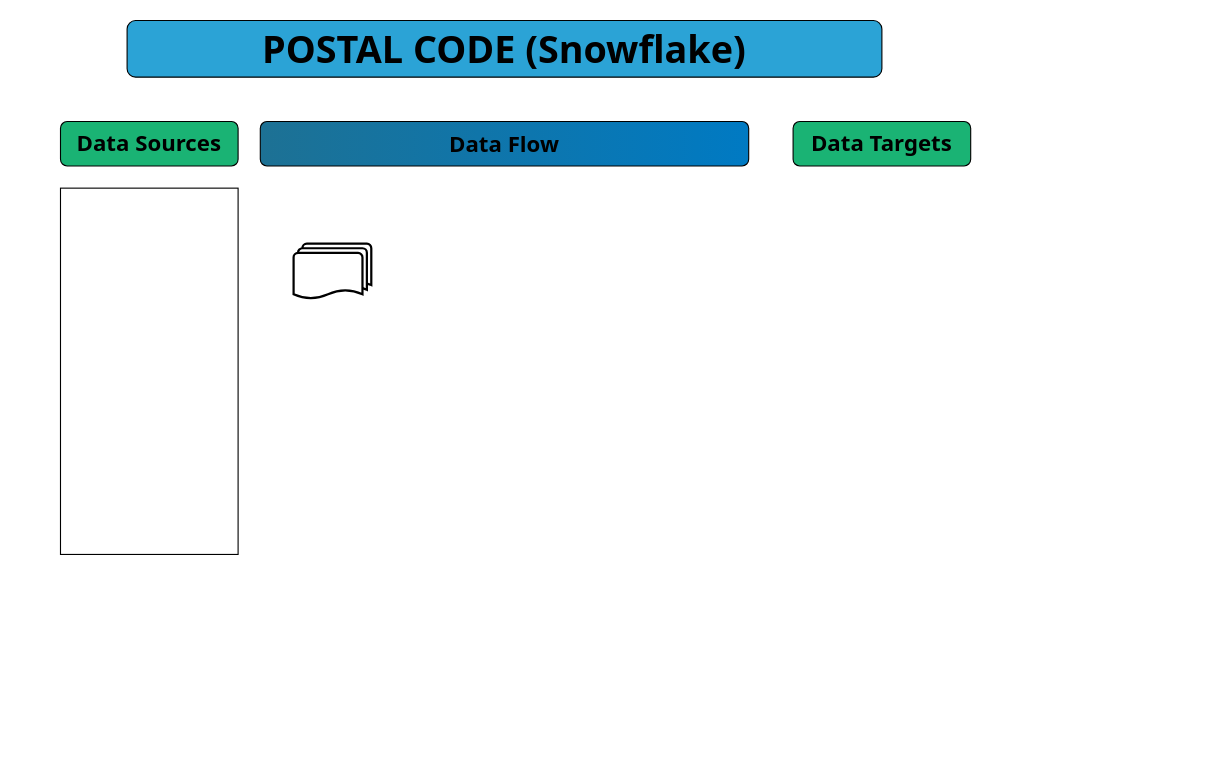
Before: POSTAL_CODE.drawio in artiewangGH/POSTAL_CODE, a draw.io diagram. Source tidied: cells renumbered, new cells numbered last; positions are measured from the earlier drawing's top-left corner, leaving out a move shared by most shapes. Both pictures are drawn from the tidied source at 111%, with x=0, y=0 at pixel (60, 20). Pictures stored in the file or linked from it are replaced by grey dashed boxes.
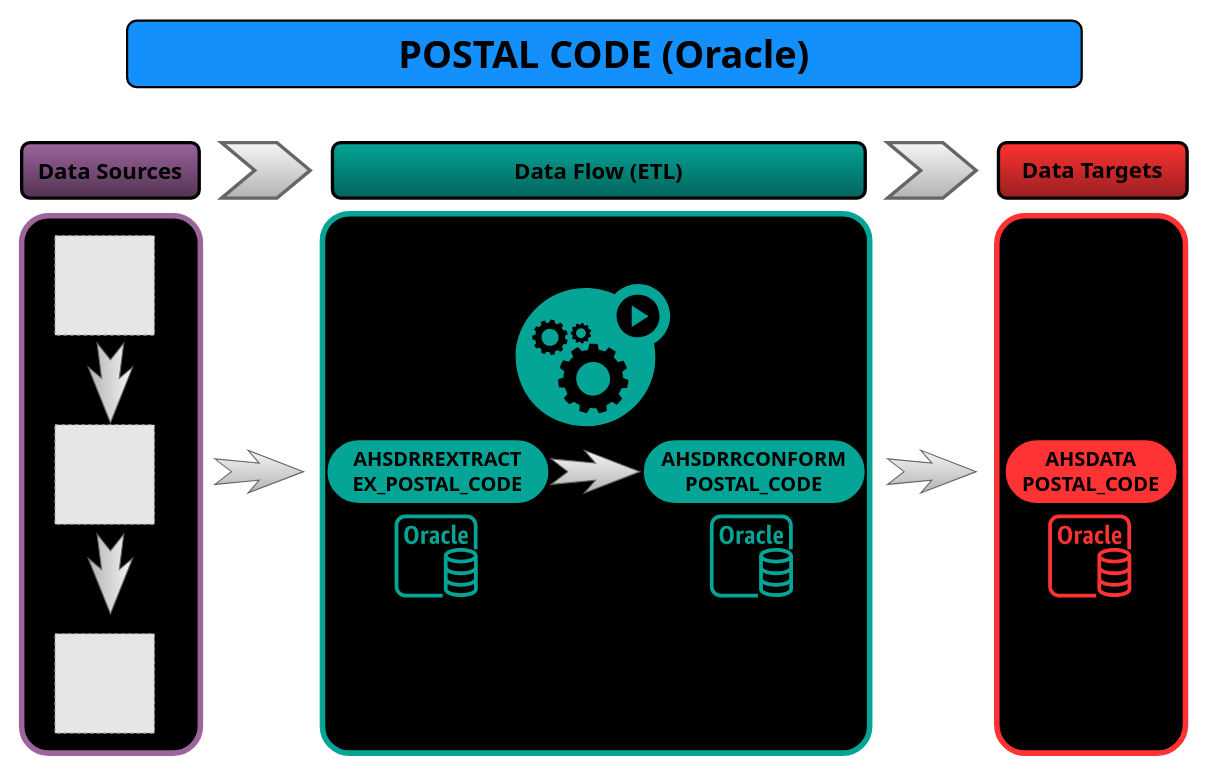
After the change.

Change to the diagram source:
```diff
@@
-<mxGraphModel>
+<mxGraphModel background="#FFFFFF">
@@
+    <mxCell id="5" value="&lt;font face=&quot;Tahoma&quot; size=&quot;1&quot; style=&quot;&quot;&gt;&lt;b style=&quot;font-size: 34px;&quot;&gt;POSTAL CODE (Oracle)&lt;/b&gt;&lt;/font&gt;" style="rounded=1;whiteSpace=wrap;html=1;fillColor=#1490FC;strokeColor=#000000;strokeWidth=2;flipH=1;flipV=1;" parent="1" vertex="1">
+      <mxGeometry x="60" width="860" height="60" as="geometry" />
+    </mxCell>
+    <mxCell id="8" style="group;" parent="1" vertex="1">
+      <mxGeometry x="-35" y="110" width="1050" height="50" as="geometry" />
+    </mxCell>
-    <mxCell id="2" value="&lt;font face=&quot;Tahoma&quot; style=&quot;font-size: 20px;&quot;&gt;Data Sources&lt;/font&gt;" style="rounded=1;whiteSpace=wrap;html=1;fontSize=17;fontStyle=1;fillColor=#1AB374;" parent="1" vertex="1">
-      <mxGeometry y="91" width="160" height="40" as="geometry" />
+    <mxCell id="2" value="&lt;font style=&quot;font-size: 20px;&quot;&gt;Data Sources&lt;/font&gt;" style="rounded=1;whiteSpace=wrap;html=1;fontSize=17;fontStyle=1;fillColor=#9D649E;strokeColor=#000000;strokeWidth=3;fontFamily=Tahoma;gradientColor=#513352;" parent="8" vertex="1">
+      <mxGeometry width="160" height="50" as="geometry" />
     </mxCell>
-    <mxCell id="3" style="rounded=0;whiteSpace=wrap;html=1;" parent="1" vertex="1">
-      <mxGeometry y="151" width="160" height="330" as="geometry" />
-    </mxCell>
-    <mxCell id="4" value="&lt;font face=&quot;Tahoma&quot; style=&quot;font-size: 20px;&quot;&gt;Data Targets&lt;/font&gt;" style="rounded=1;whiteSpace=wrap;html=1;fontSize=17;fontStyle=1;fillColor=#1AB374;" parent="1" vertex="1">
-      <mxGeometry x="660" y="91" width="160" height="40" as="geometry" />
+    <mxCell id="4" value="&lt;font face=&quot;Tahoma&quot; style=&quot;font-size: 20px;&quot;&gt;Data Targets&lt;/font&gt;" style="rounded=1;whiteSpace=wrap;html=1;fontSize=17;fontStyle=1;strokeWidth=3;fillColor=#FF3333;strokeColor=#000000;gradientColor=#991F1F;" parent="8" vertex="1">
+      <mxGeometry x="880" width="170" height="50" as="geometry" />
     </mxCell>
-    <mxCell id="5" value="&lt;font face=&quot;Tahoma&quot; size=&quot;1&quot; style=&quot;&quot;&gt;&lt;b style=&quot;font-size: 34px;&quot;&gt;POSTAL CODE (Snowflake)&lt;/b&gt;&lt;/font&gt;" style="rounded=1;whiteSpace=wrap;html=1;fillColor=#2BA3D6;" parent="1" vertex="1">
-      <mxGeometry x="60" width="680" height="51" as="geometry" />
-    </mxCell>
-    <mxCell id="6" value="&lt;font style=&quot;font-size: 20px;&quot; face=&quot;Tahoma&quot;&gt;&lt;b&gt;Data Flow&lt;/b&gt;&lt;/font&gt;" style="rounded=1;whiteSpace=wrap;html=1;fillColor=#007AC3;gradientColor=#1D7194;gradientDirection=west;" parent="1" vertex="1">
-      <mxGeometry x="180" y="91" width="440" height="40" as="geometry" />
-    </mxCell>
-    <mxCell id="7" style="strokeWidth=2;html=1;shape=mxgraph.flowchart.multi-document;whiteSpace=wrap;" parent="1" vertex="1">
-      <mxGeometry x="210" y="201" width="70" height="50" as="geometry" />
-    </mxCell>
+    <mxCell id="9" style="html=1;shadow=0;dashed=0;align=center;verticalAlign=middle;shape=mxgraph.arrows2.arrow;dy=0;dx=30;notch=30;fillColor=#f5f5f5;gradientColor=#b3b3b3;strokeColor=#666666;strokeWidth=3;" parent="8" vertex="1">
+      <mxGeometry x="180" width="80" height="50" as="geometry" />
+    </mxCell>
+    <mxCell id="10" style="html=1;shadow=0;dashed=0;align=center;verticalAlign=middle;shape=mxgraph.arrows2.arrow;dy=0;dx=30;notch=30;fillColor=#f5f5f5;gradientColor=#b3b3b3;strokeColor=#666666;strokeWidth=3;" parent="8" vertex="1">
+      <mxGeometry x="780" width="80" height="50" as="geometry" />
+    </mxCell>
+    <mxCell id="11" value="&lt;font style=&quot;font-size: 20px;&quot;&gt;Data Flow (ETL)&lt;/font&gt;" style="rounded=1;whiteSpace=wrap;html=1;fontSize=17;fontStyle=1;strokeWidth=3;fontFamily=Tahoma;fillColor=#04A597;strokeColor=#000000;fontColor=#000000;gradientColor=#02635B;" parent="8" vertex="1">
+      <mxGeometry x="280" width="480" height="50" as="geometry" />
+    </mxCell>
+    <mxCell id="12" style="group;" parent="1" vertex="1">
+      <mxGeometry x="-35" y="174" width="1048.5" height="486" as="geometry" />
+    </mxCell>
+    <mxCell id="13" style="html=1;shadow=0;dashed=0;align=center;verticalAlign=middle;shape=mxgraph.arrows2.stylisedArrow;dy=0.6;dx=40;notch=15;feather=0.4;direction=east;fillColor=#f5f5f5;gradientColor=#b3b3b3;strokeColor=#666666;" parent="12" vertex="1">
+      <mxGeometry x="174" y="213.2" width="80" height="38.4" as="geometry" />
+    </mxCell>
+    <mxCell id="14" style="html=1;shadow=0;dashed=0;align=center;verticalAlign=middle;shape=mxgraph.arrows2.stylisedArrow;dy=0.6;dx=40;notch=15;feather=0.4;direction=east;fillColor=#f5f5f5;gradientColor=#b3b3b3;strokeColor=#666666;" parent="12" vertex="1">
+      <mxGeometry x="780" y="213.2" width="80" height="38.4" as="geometry" />
+    </mxCell>
+    <mxCell id="15" style="rounded=1;whiteSpace=wrap;html=1;fontSize=17;fontStyle=1;fillColor=#000000;strokeColor=#04A597;strokeWidth=5;arcSize=5;" parent="12" vertex="1">
+      <mxGeometry x="271" width="493" height="486" as="geometry" />
+    </mxCell>
+    <mxCell id="16" style="rounded=1;whiteSpace=wrap;html=1;fontSize=17;fontStyle=1;fillColor=#000000;strokeColor=#FF3333;strokeWidth=5;" parent="12" vertex="1">
+      <mxGeometry x="878.5" y="1.9" width="170" height="484.1" as="geometry" />
+    </mxCell>
+    <mxCell id="17" value="&lt;font style=&quot;font-size: 18px;&quot; face=&quot;Tahoma&quot;&gt;&lt;b style=&quot;&quot;&gt;AHSDATA&lt;br&gt;POSTAL_CODE&lt;/b&gt;&lt;/font&gt;" style="html=1;dashed=0;whiteSpace=wrap;shape=mxgraph.dfd.start;fillColor=#FF3333;" parent="12" vertex="1">
+      <mxGeometry x="886" y="203.6" width="155" height="57.6" as="geometry" />
+    </mxCell>
+    <mxCell id="18" style="sketch=0;fontColor=#232F3E;gradientColor=none;fillColor=#FF3333;strokeColor=none;dashed=0;verticalLabelPosition=bottom;verticalAlign=top;align=center;html=1;fontSize=12;fontStyle=0;shape=mxgraph.aws4.rds_oracle_instance;" parent="12" vertex="1">
+      <mxGeometry x="924.8" y="270.9" width="74.9" height="74.9" as="geometry" />
+    </mxCell>
+    <mxCell id="19" style="group;" parent="12" vertex="1">
+      <mxGeometry x="275" y="63.4" width="485" height="282.4" as="geometry" />
+    </mxCell>
+    <mxCell id="20" value="&lt;font style=&quot;font-size: 18px;&quot; face=&quot;Tahoma&quot;&gt;&lt;b style=&quot;&quot;&gt;AHSDRREXTRACT&lt;br&gt;EX_POSTAL_CODE&lt;/b&gt;&lt;/font&gt;" style="html=1;dashed=0;whiteSpace=wrap;shape=mxgraph.dfd.start;fillColor=#04A597;" parent="19" vertex="1">
+      <mxGeometry y="140.2" width="200" height="57.6" as="geometry" />
+    </mxCell>
+    <mxCell id="21" value="&lt;font style=&quot;font-size: 18px;&quot; face=&quot;Tahoma&quot;&gt;&lt;b style=&quot;&quot;&gt;AHSDRRCONFORM&lt;br&gt;POSTAL_CODE&lt;/b&gt;&lt;/font&gt;" style="html=1;dashed=0;whiteSpace=wrap;shape=mxgraph.dfd.start;fillColor=#04A597;" parent="19" vertex="1">
+      <mxGeometry x="285" y="140.2" width="200" height="57.6" as="geometry" />
+    </mxCell>
+    <mxCell id="22" style="html=1;shadow=0;dashed=0;align=center;verticalAlign=middle;shape=mxgraph.arrows2.stylisedArrow;dy=0.6;dx=40;notch=15;feather=0.4;direction=east;fillColor=#f5f5f5;gradientColor=#b3b3b3;strokeColor=#666666;" parent="19" vertex="1">
+      <mxGeometry x="202" y="149.8" width="80" height="38.4" as="geometry" />
+    </mxCell>
+    <mxCell id="23" style="sketch=0;fontColor=#232F3E;gradientColor=none;fillColor=#04A597;strokeColor=none;dashed=0;verticalLabelPosition=bottom;verticalAlign=top;align=center;html=1;fontSize=12;fontStyle=0;shape=mxgraph.aws4.rds_oracle_instance;" parent="19" vertex="1">
+      <mxGeometry x="61" y="207.5" width="74.9" height="74.9" as="geometry" />
+    </mxCell>
+    <mxCell id="24" style="sketch=0;fontColor=#232F3E;gradientColor=none;fillColor=#04A597;strokeColor=none;dashed=0;verticalLabelPosition=bottom;verticalAlign=top;align=center;html=1;fontSize=12;fontStyle=0;shape=mxgraph.aws4.rds_oracle_instance;" parent="19" vertex="1">
+      <mxGeometry x="345" y="207.5" width="74.9" height="74.9" as="geometry" />
+    </mxCell>
+    <mxCell id="25" style="sketch=0;html=1;strokeColor=none;shadow=0;fillColor=#04A597;verticalAlign=top;labelPosition=center;verticalLabelPosition=bottom;shape=mxgraph.gcp2.gear_load;" parent="19" vertex="1">
+      <mxGeometry x="170" width="139.3" height="128.1" as="geometry" />
+    </mxCell>
+    <mxCell id="26" style="group;" parent="12" vertex="1">
+      <mxGeometry y="1.9" width="161" height="484.1" as="geometry" />
+    </mxCell>
+    <mxCell id="27" style="rounded=1;whiteSpace=wrap;html=1;fontSize=17;fontStyle=1;fillColor=#000000;strokeColor=#9D649E;strokeWidth=5;labelBackgroundColor=#000000;fontColor=#FFFFFF;" parent="26" vertex="1">
+      <mxGeometry width="161" height="484.1" as="geometry" />
+    </mxCell>
+    <mxCell id="28" style="fillColor=#E6E6E6;strokeColor=#999999;dashed=1;html=1;verticalAlign=top;verticalLabelPosition=bottom;labelBackgroundColor=#ffffff;" parent="26" vertex="1">
+      <mxGeometry x="30" y="17.9" width="89.6" height="89.6" as="geometry" />
+    </mxCell>
+    <mxCell id="29" style="fillColor=#E6E6E6;strokeColor=#999999;dashed=1;html=1;verticalAlign=top;verticalLabelPosition=bottom;labelBackgroundColor=#ffffff;" parent="26" vertex="1">
+      <mxGeometry x="30" y="188.3" width="89.6" height="89.6" as="geometry" />
+    </mxCell>
+    <mxCell id="30" style="fillColor=#E6E6E6;strokeColor=#999999;dashed=1;html=1;verticalAlign=top;verticalLabelPosition=bottom;labelBackgroundColor=#ffffff;" parent="26" vertex="1">
+      <mxGeometry x="30" y="376.5" width="89.6" height="89.6" as="geometry" />
+    </mxCell>
+    <mxCell id="31" style="html=1;shadow=0;dashed=0;align=center;verticalAlign=middle;shape=mxgraph.arrows2.stylisedArrow;dy=0.6;dx=40;notch=15;feather=0.4;direction=south;fillColor=#f5f5f5;gradientColor=#b3b3b3;strokeColor=#666666;" parent="26" vertex="1">
+      <mxGeometry x="60" y="114.7" width="40" height="71.7" as="geometry" />
+    </mxCell>
+    <mxCell id="32" style="html=1;shadow=0;dashed=0;align=center;verticalAlign=middle;shape=mxgraph.arrows2.stylisedArrow;dy=0.6;dx=40;notch=15;feather=0.4;direction=south;fillColor=#f5f5f5;gradientColor=#b3b3b3;strokeColor=#666666;" parent="26" vertex="1">
+      <mxGeometry x="60" y="286.9" width="40" height="71.7" as="geometry" />
+    </mxCell>
```
